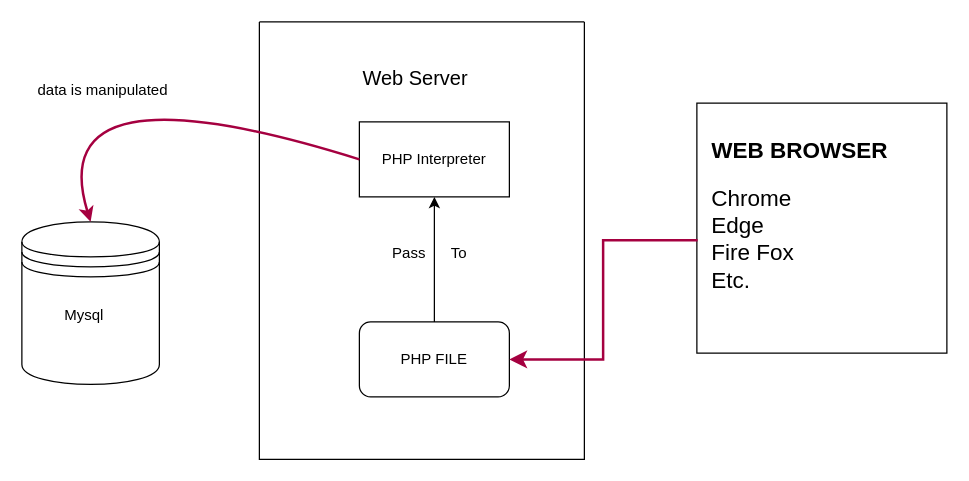
The draw.io diagram flows/Untitled Diagram.drawio in sundarcharan/drawFlow, before the edit. Source tidied: cells renumbered, new cells numbered last; positions are measured from the earlier drawing's top-left corner, leaving out a move shared by most shapes. Both pictures are drawn from the tidied source at 125%, with x=0, y=0 at pixel (21, 21).
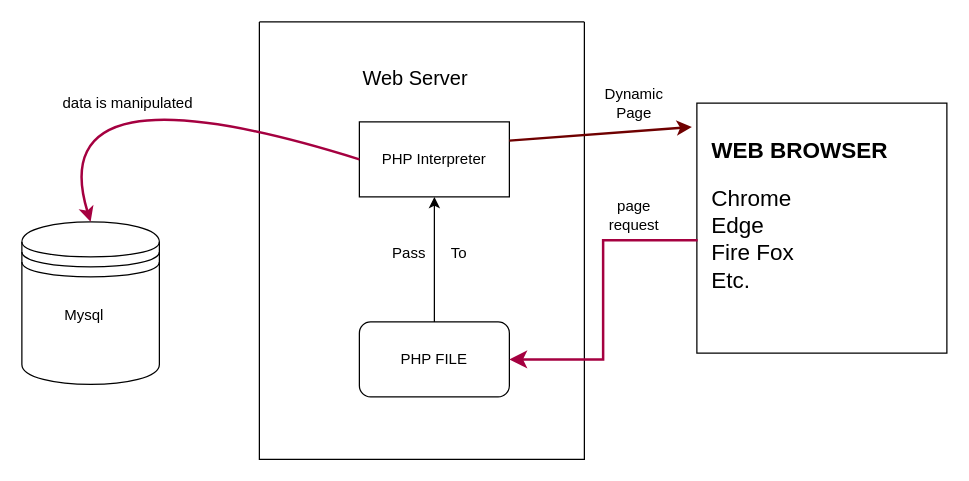
The same diagram, later.

The change refers to these unchanged cells:
```xml
<mxCell id="5" style="rounded=0;whiteSpace=wrap;html=1;" parent="3" vertex="1">
  <mxGeometry x="80" y="80" width="120" height="60" as="geometry" />
</mxCell>
<mxCell id="12" style="whiteSpace=wrap;html=1;" parent="1" vertex="1">
  <mxGeometry x="540" y="65" width="200" height="200" as="geometry" />
</mxCell>
```

Diff of the diagram source:
```diff
@@
     <mxCell id="16" value="data is manipulated" style="text;html=1;align=center;verticalAlign=middle;whiteSpace=wrap;rounded=0;" parent="1" vertex="1">
-      <mxGeometry x="10" y="40" width="110" height="30" as="geometry" />
+      <mxGeometry x="30" y="50" width="110" height="30" as="geometry" />
     </mxCell>
+    <mxCell id="17" style="endArrow=classic;html=1;rounded=0;entryX=-0.02;entryY=0.095;entryDx=0;entryDy=0;entryPerimeter=0;exitX=1;exitY=0.25;exitDx=0;exitDy=0;fillColor=#a20025;strokeColor=#6F0000;strokeWidth=2;" parent="1" edge="1" source="5" target="12">
+      <mxGeometry relative="1" as="geometry" />
+    </mxCell>
+    <mxCell id="18" value="Dynamic Page" style="text;html=1;align=center;verticalAlign=middle;whiteSpace=wrap;rounded=0;" parent="1" vertex="1">
+      <mxGeometry x="460" y="50" width="60" height="30" as="geometry" />
+    </mxCell>
+    <mxCell id="19" value="page request" style="text;html=1;align=center;verticalAlign=middle;whiteSpace=wrap;rounded=0;" parent="1" vertex="1">
+      <mxGeometry x="460" y="140" width="60" height="30" as="geometry" />
+    </mxCell>
```
